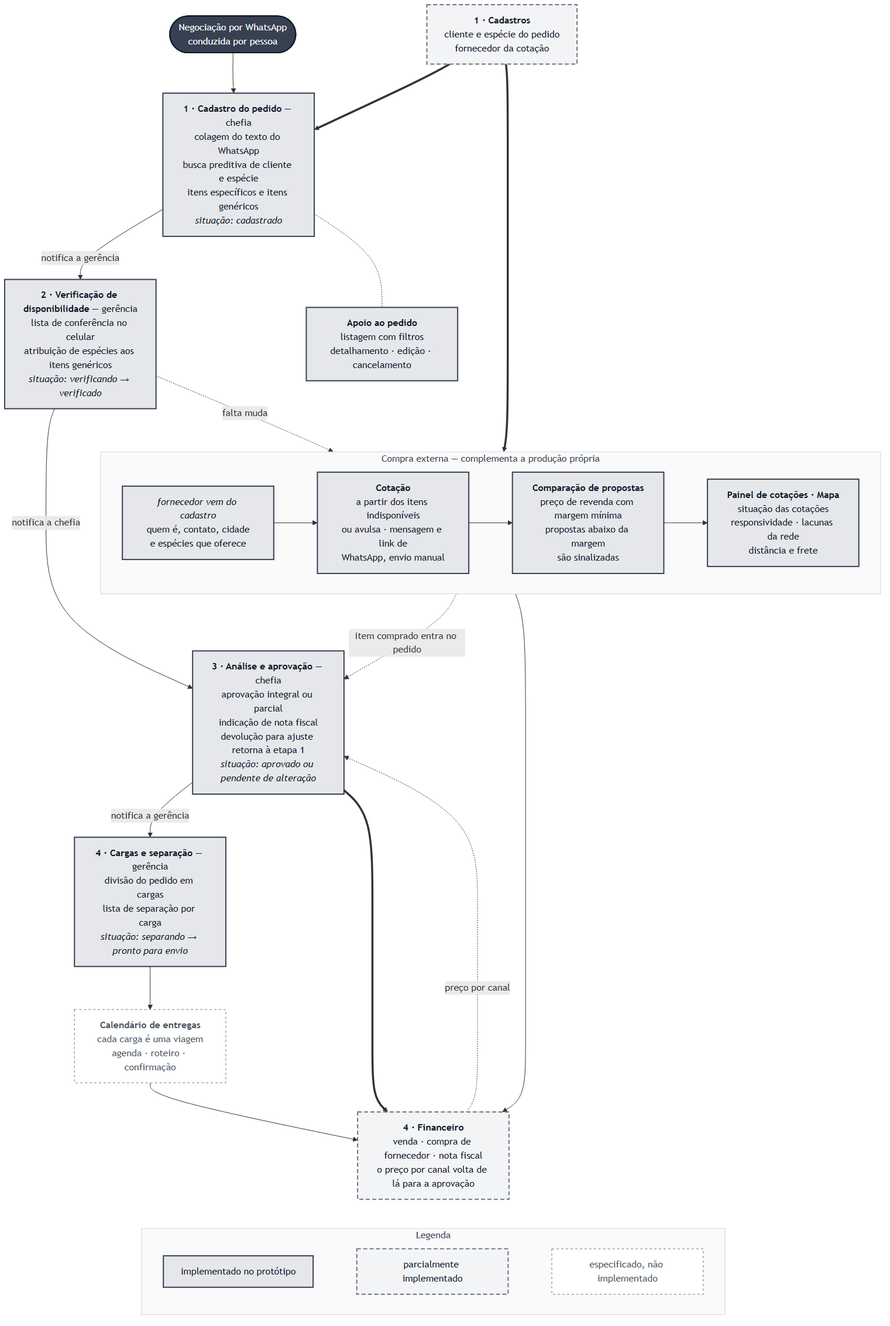
JoaoMudar/tcc keeps this Mermaid diagram as docs/rotinas/img/mapa-3-comercial.png. Above is the earlier version. Its source is kept beside it as docs/rotinas/img/mapa-3-comercial.mmd. The source it was exported from:
```mermaid
flowchart TB
  WPP(["Negociação por WhatsApp<br/>conduzida por pessoa"])

  P1["<b>1 · Cadastro do pedido</b> &mdash; chefia<br/>colagem do texto do WhatsApp<br/>busca preditiva de cliente e espécie<br/>itens específicos e itens genéricos<br/><i>situação: cadastrado</i>"]
  P2["<b>2 · Verificação de disponibilidade</b> &mdash; gerência<br/>lista de conferência no celular<br/>atribuição de espécies aos itens genéricos<br/><i>situação: verificando &rarr; verificado</i>"]
  P3["<b>3 · Análise e aprovação</b> &mdash; chefia<br/>aprovação integral ou parcial<br/>indicação de nota fiscal<br/>devolução para ajuste retorna à etapa 1<br/><i>situação: aprovado ou pendente de alteração</i>"]
  P4["<b>4 · Cargas e separação</b> &mdash; gerência<br/>divisão do pedido em cargas<br/>lista de separação por carga<br/><i>situação: separando &rarr; pronto para envio</i>"]
  ENT["<b>Calendário de entregas</b><br/>cada carga é uma viagem<br/>agenda · roteiro · confirmação"]

  APO["<b>Apoio ao pedido</b><br/>listagem com filtros<br/>detalhamento · edição · cancelamento"]

  CAD["<b>1 · Cadastros</b><br/>cliente e espécie do pedido<br/>fornecedor da cotação"]

  subgraph FORN["Compra externa &mdash; complementa a produção própria"]
    direction LR
    F1["<i>fornecedor vem do cadastro</i><br/>quem é, contato, cidade<br/>e espécies que oferece"]
    F2["<b>Cotação</b><br/>a partir dos itens indisponíveis<br/>ou avulsa · mensagem e link de<br/>WhatsApp, envio manual"]
    F3["<b>Comparação de propostas</b><br/>preço de revenda com margem mínima<br/>propostas abaixo da margem<br/>são sinalizadas"]
    F4["<b>Painel de cotações · Mapa</b><br/>situação das cotações<br/>responsividade · lacunas da rede<br/>distância e frete"]
    F1 --> F2 --> F3 --> F4
  end

  FIN["<b>4 · Financeiro</b><br/>venda · compra de fornecedor · nota fiscal<br/>o preço por canal volta de lá para a aprovação"]

  CAD ==> P1
  CAD ==> F1
  WPP --> P1
  P1 -->|"notifica a gerência"| P2
  P2 -->|"notifica a chefia"| P3
  P3 -->|"notifica a gerência"| P4
  P4 --> ENT
  P1 -.- APO
  P2 -.->|"falta muda"| F2
  F3 -.->|"item comprado entra no pedido"| P3
  P3 ==> FIN
  F3 --> FIN
  ENT --> FIN
  FIN -.->|"preço por canal"| P3

  subgraph LEG["Legenda"]
    direction LR
    L1["implementado no protótipo"]
    L2["parcialmente implementado"]
    L3["especificado, não implementado"]
    L1 ~~~ L2 ~~~ L3
  end
  FIN ~~~ LEG

  classDef ok fill:#dcfce7,stroke:#16a34a,stroke-width:2px,color:#111
  classDef meio fill:#fef3c7,stroke:#d97706,stroke-width:2px,color:#111
  classDef falta fill:#fee2e2,stroke:#dc2626,stroke-width:2px,color:#111
  classDef grupo fill:#f8fafc,stroke:#cbd5e1,stroke-width:1px,color:#334155
  classDef ator fill:#374151,stroke:#111827,stroke-width:2px,color:#f9fafb
  classDef decisao fill:#e2e8f0,stroke:#475569,stroke-width:2px,color:#111

  class P1,P2,P3,P4,F1,F2,F3,F4,APO,L1 ok
  class CAD,FIN,L2 meio
  class ENT,L3 falta
  class WPP ator
  class FORN,LEG grupo
```
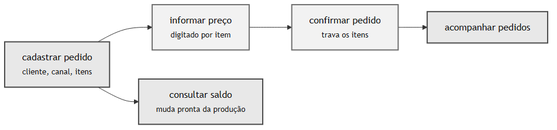
After the change.

Diff of the diagram source:
```diff
@@ -1,60 +1,19 @@
-flowchart TB
-  WPP(["Negociação por WhatsApp<br/>conduzida por pessoa"])
+flowchart LR
+  CR["cadastrar pedido<br/><small>cliente, canal, itens</small>"]
+  PC["informar preço<br/><small>digitado por item</small>"]
+  SD["consultar saldo<br/><small>muda pronta da produção</small>"]
+  CO["confirmar pedido<br/><small>trava os itens</small>"]
+  AC["acompanhar pedidos"]
 
-  P1["<b>1 · Cadastro do pedido</b> &mdash; chefia<br/>colagem do texto do WhatsApp<br/>busca preditiva de cliente e espécie<br/>itens específicos e itens genéricos<br/><i>situação: cadastrado</i>"]
-  P2["<b>2 · Verificação de disponibilidade</b> &mdash; gerência<br/>lista de conferência no celular<br/>atribuição de espécies aos itens genéricos<br/><i>situação: verificando &rarr; verificado</i>"]
-  P3["<b>3 · Análise e aprovação</b> &mdash; chefia<br/>aprovação integral ou parcial<br/>indicação de nota fiscal<br/>devolução para ajuste retorna à etapa 1<br/><i>situação: aprovado ou pendente de alteração</i>"]
-  P4["<b>4 · Cargas e separação</b> &mdash; gerência<br/>divisão do pedido em cargas<br/>lista de separação por carga<br/><i>situação: separando &rarr; pronto para envio</i>"]
-  ENT["<b>Calendário de entregas</b><br/>cada carga é uma viagem<br/>agenda · roteiro · confirmação"]
-
-  APO["<b>Apoio ao pedido</b><br/>listagem com filtros<br/>detalhamento · edição · cancelamento"]
-
-  CAD["<b>1 · Cadastros</b><br/>cliente e espécie do pedido<br/>fornecedor da cotação"]
-
-  subgraph FORN["Compra externa &mdash; complementa a produção própria"]
-    direction LR
-    F1["<i>fornecedor vem do cadastro</i><br/>quem é, contato, cidade<br/>e espécies que oferece"]
-    F2["<b>Cotação</b><br/>a partir dos itens indisponíveis<br/>ou avulsa · mensagem e link de<br/>WhatsApp, envio manual"]
-    F3["<b>Comparação de propostas</b><br/>preço de revenda com margem mínima<br/>propostas abaixo da margem<br/>são sinalizadas"]
-    F4["<b>Painel de cotações · Mapa</b><br/>situação das cotações<br/>responsividade · lacunas da rede<br/>distância e frete"]
-    F1 --> F2 --> F3 --> F4
-  end
-
-  FIN["<b>4 · Financeiro</b><br/>venda · compra de fornecedor · nota fiscal<br/>o preço por canal volta de lá para a aprovação"]
-
-  CAD ==> P1
-  CAD ==> F1
-  WPP --> P1
-  P1 -->|"notifica a gerência"| P2
-  P2 -->|"notifica a chefia"| P3
-  P3 -->|"notifica a gerência"| P4
-  P4 --> ENT
-  P1 -.- APO
-  P2 -.->|"falta muda"| F2
-  F3 -.->|"item comprado entra no pedido"| P3
-  P3 ==> FIN
-  F3 --> FIN
-  ENT --> FIN
-  FIN -.->|"preço por canal"| P3
-
-  subgraph LEG["Legenda"]
-    direction LR
-    L1["implementado no protótipo"]
-    L2["parcialmente implementado"]
-    L3["especificado, não implementado"]
-    L1 ~~~ L2 ~~~ L3
-  end
-  FIN ~~~ LEG
+  CR --> PC
+  CR --> SD
+  PC --> CO
+  CO --> AC
 
   classDef ok fill:#dcfce7,stroke:#16a34a,stroke-width:2px,color:#111
   classDef meio fill:#fef3c7,stroke:#d97706,stroke-width:2px,color:#111
   classDef falta fill:#fee2e2,stroke:#dc2626,stroke-width:2px,color:#111
   classDef grupo fill:#f8fafc,stroke:#cbd5e1,stroke-width:1px,color:#334155
-  classDef ator fill:#374151,stroke:#111827,stroke-width:2px,color:#f9fafb
-  classDef decisao fill:#e2e8f0,stroke:#475569,stroke-width:2px,color:#111
 
-  class P1,P2,P3,P4,F1,F2,F3,F4,APO,L1 ok
-  class CAD,FIN,L2 meio
-  class ENT,L3 falta
-  class WPP ator
-  class FORN,LEG grupo
+  class CR,SD,AC ok
+  class PC,CO meio
```
